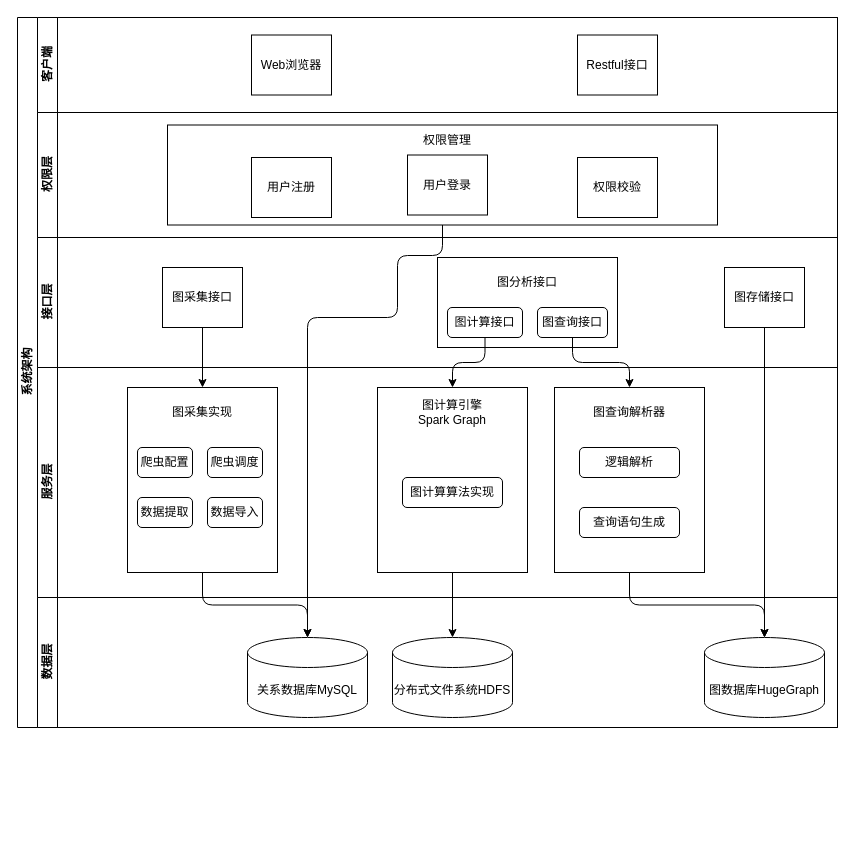
The draw.io diagram 论文架构图.drawio in Missnaughty/drawio, before the edit. Source tidied: cells renumbered, new cells numbered last; positions are measured from the earlier drawing's top-left corner, leaving out a move shared by most shapes. Both pictures are drawn from the tidied source at 100%, with x=0, y=0 at pixel (17, 17).
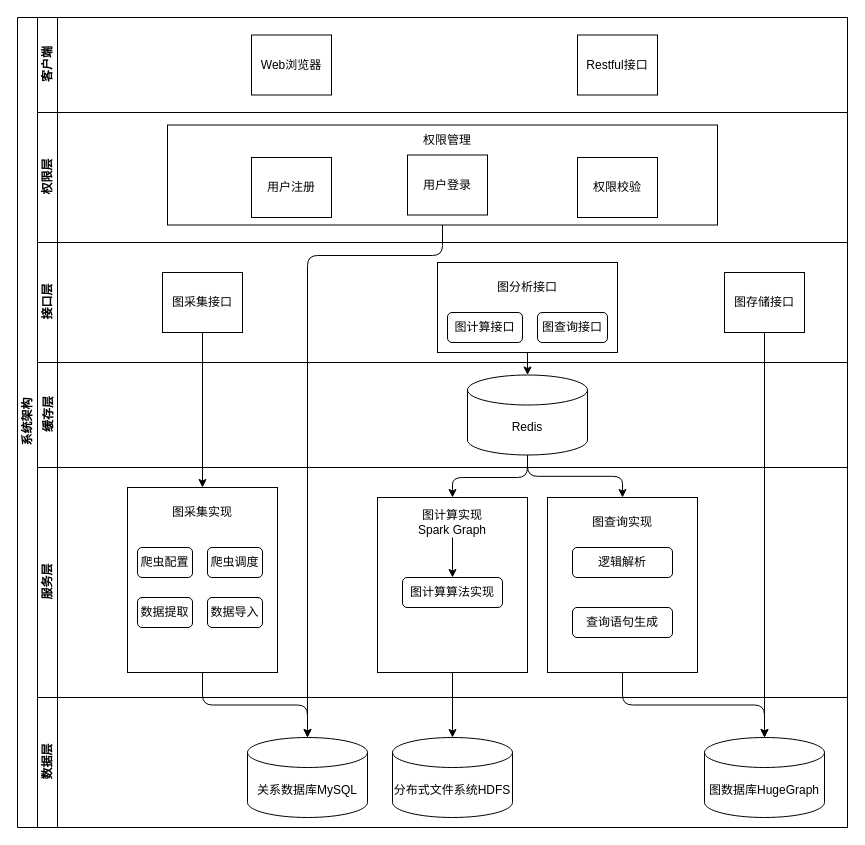
Above is the later version.

Commit message (it also covers changes not shown here):
更新论文架构图.drawio

Unchanged cells that the change refers to:
```xml
<mxCell id="7" style="rounded=0;whiteSpace=wrap;html=1;fontFamily=Helvetica;fontSize=12;fontColor=#000000;align=center;" parent="6" vertex="1">
  <mxGeometry x="130" y="12.5" width="550" height="100" as="geometry" />
</mxCell>
<mxCell id="13" value="图采集接口" style="rounded=0;whiteSpace=wrap;html=1;fontFamily=Helvetica;fontSize=12;fontColor=#000000;align=center;" parent="12" vertex="1">
  <mxGeometry x="125" y="30" width="80" height="60" as="geometry" />
</mxCell>
<mxCell id="14" value="图存储接口" style="rounded=0;whiteSpace=wrap;html=1;fontFamily=Helvetica;fontSize=12;fontColor=#000000;align=center;" parent="12" vertex="1">
  <mxGeometry x="687" y="30" width="80" height="60" as="geometry" />
</mxCell>
<mxCell id="15" style="rounded=0;whiteSpace=wrap;html=1;fontFamily=Helvetica;fontSize=12;fontColor=#000000;align=center;" parent="12" vertex="1">
  <mxGeometry x="400" y="20" width="180" height="90" as="geometry" />
</mxCell>
<mxCell id="16" value="图计算接口" style="rounded=1;whiteSpace=wrap;html=1;" parent="12" vertex="1">
  <mxGeometry x="410" y="70" width="75" height="30" as="geometry" />
</mxCell>
<mxCell id="17" value="图查询接口" style="rounded=1;whiteSpace=wrap;html=1;" parent="12" vertex="1">
  <mxGeometry x="500" y="70" width="70" height="30" as="geometry" />
</mxCell>
<mxCell id="20" style="rounded=0;whiteSpace=wrap;html=1;fontFamily=Helvetica;fontSize=12;fontColor=#000000;align=center;" parent="19" vertex="1">
  <mxGeometry x="90" y="20" width="150" height="185" as="geometry" />
</mxCell>
<mxCell id="27" value="图计算算法实现" style="rounded=1;whiteSpace=wrap;html=1;" parent="19" vertex="1">
  <mxGeometry x="365" y="110" width="100" height="30" as="geometry" />
</mxCell>
<mxCell id="38" value="图数据库HugeGraph" style="shape=cylinder3;whiteSpace=wrap;html=1;boundedLbl=1;backgroundOutline=1;size=15;" parent="37" vertex="1">
  <mxGeometry x="667" y="40" width="120" height="80" as="geometry" />
</mxCell>
<mxCell id="39" value="关系数据库MySQL" style="shape=cylinder3;whiteSpace=wrap;html=1;boundedLbl=1;backgroundOutline=1;size=15;" parent="37" vertex="1">
  <mxGeometry x="210" y="40" width="120" height="80" as="geometry" />
</mxCell>
```

Diff of the diagram source:
```diff
@@
     <mxCell id="2" value="系统架构" style="swimlane;html=1;horizontal=0;startSize=20;" parent="1" vertex="1">
-      <mxGeometry width="820" height="710" as="geometry" />
+      <mxGeometry width="830" height="810" as="geometry" />
     </mxCell>
     <mxCell id="3" value="客户端" style="swimlane;html=1;startSize=20;horizontal=0;" parent="2" vertex="1">
-      <mxGeometry x="20" width="800" height="95" as="geometry" />
+      <mxGeometry x="20" width="810" height="95" as="geometry" />
     </mxCell>
@@
     <mxCell id="6" value="权限层" style="swimlane;html=1;startSize=20;horizontal=0;" parent="2" vertex="1">
-      <mxGeometry x="20" y="95" width="800" height="125" as="geometry" />
+      <mxGeometry x="20" y="95" width="810" height="130" as="geometry" />
     </mxCell>
@@
     <mxCell id="12" value="接口层" style="swimlane;html=1;startSize=20;horizontal=0;" parent="2" vertex="1">
-      <mxGeometry x="20" y="220" width="800" height="130" as="geometry" />
+      <mxGeometry x="20" y="225" width="810" height="120" as="geometry" />
     </mxCell>
@@
+    <mxCell id="45" value="缓存层" style="swimlane;html=1;startSize=20;horizontal=0;" parent="2" vertex="1">
+      <mxGeometry x="20" y="345" width="810" height="105" as="geometry" />
+    </mxCell>
+    <mxCell id="46" value="Redis" style="shape=cylinder3;whiteSpace=wrap;html=1;boundedLbl=1;backgroundOutline=1;size=15;" parent="45" vertex="1">
+      <mxGeometry x="430" y="12.5" width="120" height="80" as="geometry" />
+    </mxCell>
     <mxCell id="19" value="服务层" style="swimlane;html=1;startSize=20;horizontal=0;" parent="2" vertex="1">
-      <mxGeometry x="20" y="350" width="800" height="230" as="geometry" />
+      <mxGeometry x="20" y="450" width="810" height="230" as="geometry" />
     </mxCell>
@@
     <mxCell id="26" style="rounded=0;whiteSpace=wrap;html=1;fontFamily=Helvetica;fontSize=12;fontColor=#000000;align=center;" parent="19" vertex="1">
-      <mxGeometry x="340" y="20" width="150" height="185" as="geometry" />
+      <mxGeometry x="340" y="30" width="150" height="175" as="geometry" />
     </mxCell>
@@
+    <mxCell id="47" style="edgeStyle=orthogonalEdgeStyle;rounded=0;jettySize=auto;html=1;" parent="19" edge="1" source="28" target="27">
+      <mxGeometry relative="1" as="geometry" />
+    </mxCell>
-    <mxCell id="28" value="图计算引擎Spark Graph" style="text;html=1;strokeColor=none;fillColor=none;align=center;verticalAlign=middle;whiteSpace=wrap;rounded=0;" parent="19" vertex="1">
-      <mxGeometry x="375" y="30" width="80" height="30" as="geometry" />
+    <mxCell id="28" value="图计算实现Spark Graph" style="text;html=1;strokeColor=none;fillColor=none;align=center;verticalAlign=middle;whiteSpace=wrap;rounded=0;" parent="19" vertex="1">
+      <mxGeometry x="375" y="40" width="80" height="30" as="geometry" />
     </mxCell>
     <mxCell id="29" style="rounded=0;whiteSpace=wrap;html=1;fontFamily=Helvetica;fontSize=12;fontColor=#000000;align=center;" parent="19" vertex="1">
-      <mxGeometry x="517" y="20" width="150" height="185" as="geometry" />
+      <mxGeometry x="510" y="30" width="150" height="175" as="geometry" />
     </mxCell>
-    <mxCell id="30" value="图查询解析器" style="text;html=1;strokeColor=none;fillColor=none;align=center;verticalAlign=middle;whiteSpace=wrap;rounded=0;" parent="19" vertex="1">
-      <mxGeometry x="552" y="30" width="80" height="30" as="geometry" />
+    <mxCell id="30" value="图查询实现" style="text;html=1;strokeColor=none;fillColor=none;align=center;verticalAlign=middle;whiteSpace=wrap;rounded=0;" parent="19" vertex="1">
+      <mxGeometry x="545" y="40" width="80" height="30" as="geometry" />
     </mxCell>
     <mxCell id="31" value="逻辑解析" style="rounded=1;whiteSpace=wrap;html=1;" parent="19" vertex="1">
-      <mxGeometry x="542" y="80" width="100" height="30" as="geometry" />
+      <mxGeometry x="535" y="80" width="100" height="30" as="geometry" />
     </mxCell>
     <mxCell id="32" value="查询语句生成" style="rounded=1;whiteSpace=wrap;html=1;" parent="19" vertex="1">
-      <mxGeometry x="542" y="140" width="100" height="30" as="geometry" />
+      <mxGeometry x="535" y="140" width="100" height="30" as="geometry" />
     </mxCell>
-    <mxCell id="33" style="edgeStyle=orthogonalEdgeStyle;rounded=1;jettySize=auto;html=1;exitX=0.5;exitY=1;exitDx=0;exitDy=0;entryX=0.5;entryY=0;entryDx=0;entryDy=0;fillColor=#dae8fc;strokeColor=#000000;" parent="2" edge="1" source="16" target="26">
-      <mxGeometry relative="1" as="geometry" />
-    </mxCell>
-    <mxCell id="34" style="edgeStyle=orthogonalEdgeStyle;rounded=1;jettySize=auto;html=1;exitX=0.5;exitY=1;exitDx=0;exitDy=0;curved=0;" parent="2" edge="1" source="17" target="29">
-      <mxGeometry relative="1" as="geometry" />
-    </mxCell>
-    <mxCell id="35" style="edgeStyle=orthogonalEdgeStyle;rounded=0;jettySize=auto;html=1;exitX=0.5;exitY=1;exitDx=0;exitDy=0;entryX=0.5;entryY=0;entryDx=0;entryDy=0;entryPerimeter=0;" parent="2" edge="1" source="14" target="38">
-      <mxGeometry relative="1" as="geometry" />
-    </mxCell>
@@
     <mxCell id="37" value="数据层" style="swimlane;html=1;startSize=20;horizontal=0;" parent="2" vertex="1">
-      <mxGeometry x="20" y="580" width="800" height="130" as="geometry" />
+      <mxGeometry x="20" y="680" width="810" height="130" as="geometry" />
     </mxCell>
@@
-    <mxCell id="42" style="edgeStyle=orthogonalEdgeStyle;rounded=0;jettySize=auto;html=1;exitX=0.5;exitY=1;exitDx=0;exitDy=0;entryX=0.5;entryY=0;entryDx=0;entryDy=0;" parent="2" edge="1" source="13" target="20">
-      <mxGeometry relative="1" as="geometry" />
-    </mxCell>
@@
     <mxCell id="44" style="edgeStyle=orthogonalEdgeStyle;rounded=1;jettySize=auto;html=1;exitX=0.5;exitY=1;exitDx=0;exitDy=0;entryX=0.5;entryY=0;entryDx=0;entryDy=0;entryPerimeter=0;curved=0;" parent="2" edge="1" source="7" target="39">
       <mxGeometry relative="1" as="geometry">
         <Array as="points">
-          <mxPoint x="380" y="238" />
-          <mxPoint x="380" y="300" />
-          <mxPoint x="290" y="300" />
+          <mxPoint x="425" y="238" />
+          <mxPoint x="290" y="238" />
         </Array>
       </mxGeometry>
     </mxCell>
+    <mxCell id="42" style="edgeStyle=orthogonalEdgeStyle;rounded=0;jettySize=auto;html=1;exitX=0.5;exitY=1;exitDx=0;exitDy=0;entryX=0.5;entryY=0;entryDx=0;entryDy=0;" parent="2" edge="1" source="13" target="20">
+      <mxGeometry relative="1" as="geometry" />
+    </mxCell>
+    <mxCell id="48" style="edgeStyle=orthogonalEdgeStyle;rounded=0;jettySize=auto;html=1;exitX=0.5;exitY=1;exitDx=0;exitDy=0;" parent="2" edge="1" source="15" target="46">
+      <mxGeometry relative="1" as="geometry" />
+    </mxCell>
+    <mxCell id="49" style="edgeStyle=orthogonalEdgeStyle;rounded=1;jettySize=auto;html=1;exitX=0.5;exitY=1;exitDx=0;exitDy=0;exitPerimeter=0;entryX=0.5;entryY=0;entryDx=0;entryDy=0;curved=0;" parent="2" edge="1" source="46" target="26">
+      <mxGeometry relative="1" as="geometry">
+        <Array as="points">
+          <mxPoint x="510" y="460" />
+          <mxPoint x="435" y="460" />
+        </Array>
+      </mxGeometry>
+    </mxCell>
+    <mxCell id="35" style="edgeStyle=orthogonalEdgeStyle;rounded=0;jettySize=auto;html=1;exitX=0.5;exitY=1;exitDx=0;exitDy=0;entryX=0.5;entryY=0;entryDx=0;entryDy=0;entryPerimeter=0;" parent="2" edge="1" source="14" target="38">
+      <mxGeometry relative="1" as="geometry" />
+    </mxCell>
+    <mxCell id="50" style="edgeStyle=orthogonalEdgeStyle;rounded=1;jettySize=auto;html=1;exitX=0.5;exitY=1;exitDx=0;exitDy=0;exitPerimeter=0;entryX=0.5;entryY=0;entryDx=0;entryDy=0;curved=0;" parent="2" edge="1" source="46" target="29">
+      <mxGeometry relative="1" as="geometry" />
+    </mxCell>
```
